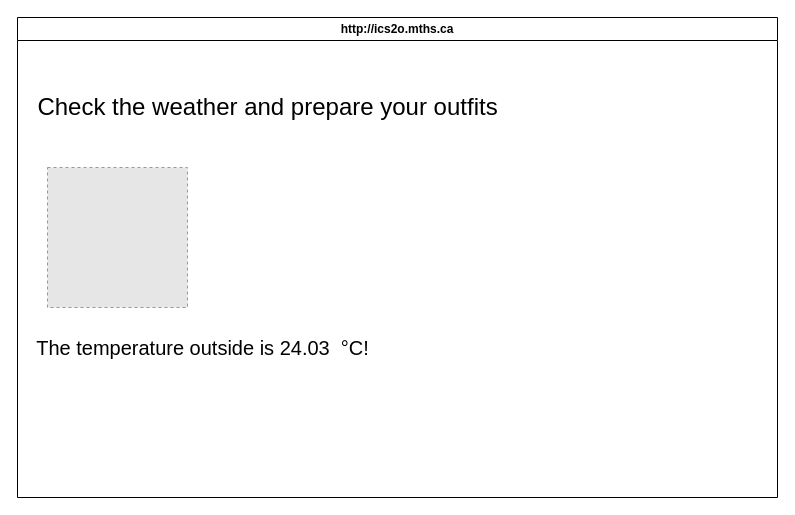
Above: design/storyboard.drawio in MTHS-ICS2O-2-2022/ICS2O-Unit-6-03-janet-do (draw.io), before the change. Source tidied: cells renumbered, new cells numbered last; positions are measured from the earlier drawing's top-left corner, leaving out a move shared by most shapes. Both pictures are drawn from the tidied source at 100%, with x=0, y=0 at pixel (17, 17). Pictures stored in the file or linked from it are replaced by grey dashed boxes.
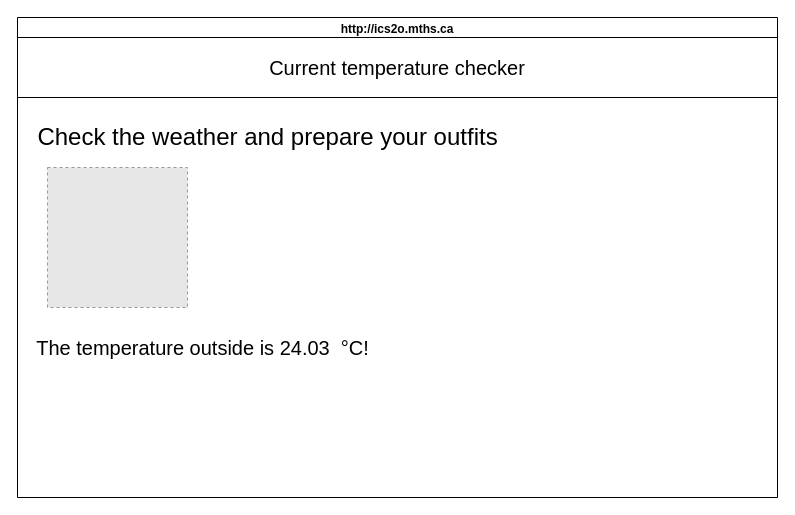
The same diagram, later.

What changed in the source:
```diff
@@
 <mxGraphModel>
   <root>
     <mxCell id="0" />
     <mxCell id="1" parent="0" />
     <mxCell id="2" value="http://ics2o.mths.ca" style="swimlane;whiteSpace=wrap;html=1;" parent="1" vertex="1">
       <mxGeometry width="760" height="480" as="geometry" />
     </mxCell>
     <mxCell id="3" style="fillColor=#E6E6E6;strokeColor=#999999;dashed=1;verticalLabelPosition=bottom;labelBackgroundColor=default;verticalAlign=top;" parent="2" vertex="1">
       <mxGeometry x="30" y="150" width="140" height="140" as="geometry" />
     </mxCell>
     <mxCell id="4" value="&lt;font style=&quot;font-size: 24px;&quot;&gt;Check the weather and prepare your outfits&lt;/font&gt;" style="text;html=1;align=center;verticalAlign=middle;strokeColor=none;fillColor=none;" parent="2" vertex="1">
-      <mxGeometry x="10" y="70" width="480" height="40" as="geometry" />
+      <mxGeometry x="10" y="100" width="480" height="40" as="geometry" />
     </mxCell>
     <mxCell id="5" value="&lt;font style=&quot;font-size: 20px;&quot;&gt;&lt;font style=&quot;font-size: 20px;&quot;&gt;The temperature outside is 24.03&amp;nbsp;&lt;/font&gt;&lt;span style=&quot;font-family: Helvetica, Arial, sans-serif; text-align: start;&quot;&gt;&amp;nbsp;°C!&lt;/span&gt;&lt;/font&gt;" style="text;html=1;align=center;verticalAlign=middle;strokeColor=none;fillColor=none;" parent="2" vertex="1">
       <mxGeometry x="5" y="310" width="360" height="40" as="geometry" />
     </mxCell>
+    <mxCell id="6" value="&lt;font color=&quot;#000000&quot;&gt;Current temperature checker&lt;/font&gt;" style="rounded=0;whiteSpace=wrap;html=1;labelBackgroundColor=none;fontSize=20;fontColor=#F0F0F0;" parent="2" vertex="1">
+      <mxGeometry y="20" width="760" height="60" as="geometry" />
+    </mxCell>
   </root>
 </mxGraphModel>
```
